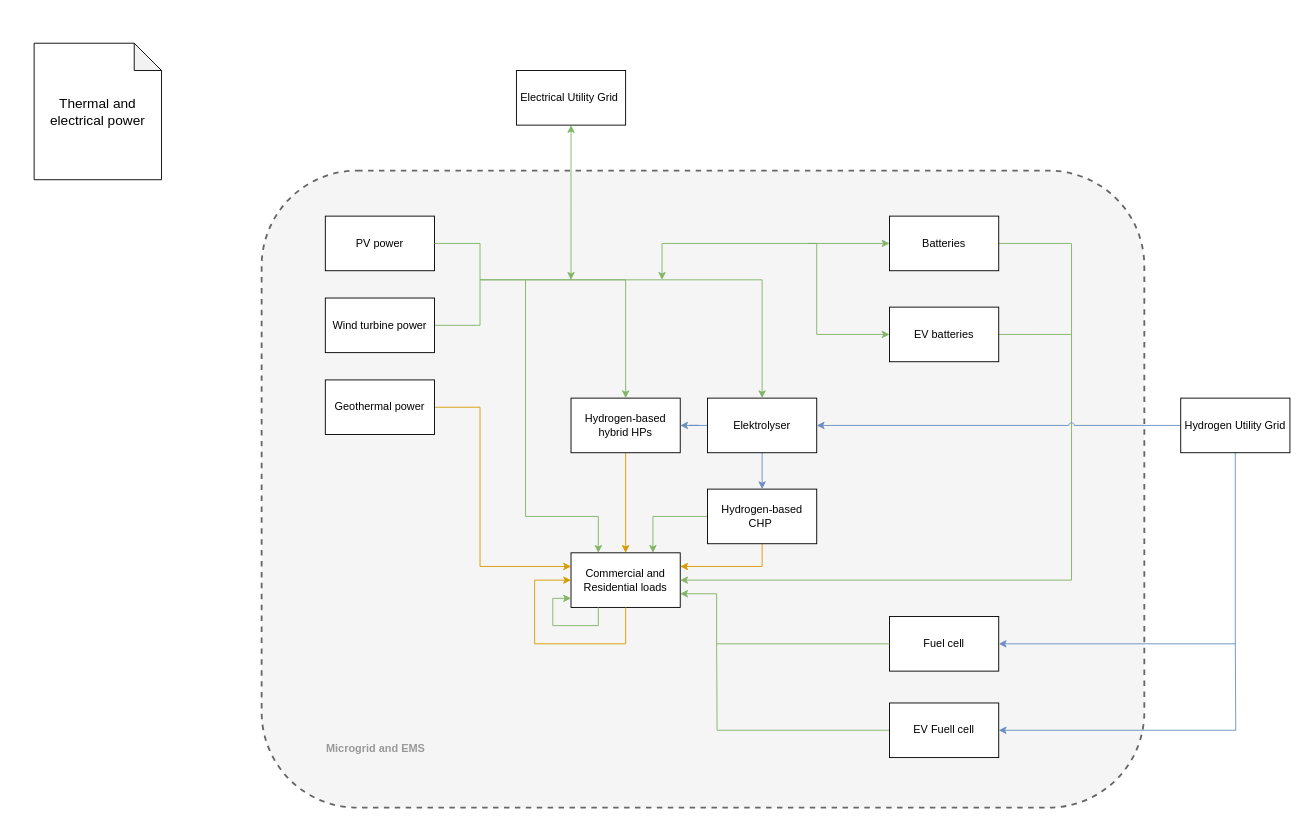
Earlier version of the draw.io diagram page "Model architecture" (2 of 7) of flowchart.drawio (TEKaal/Diagrams). Source tidied: cells renumbered, new cells numbered last; positions are measured from the earlier drawing's top-left corner, leaving out a move shared by most shapes. Both pictures are drawn from the tidied source at 91%, with x=0, y=0 at pixel (34, 43).
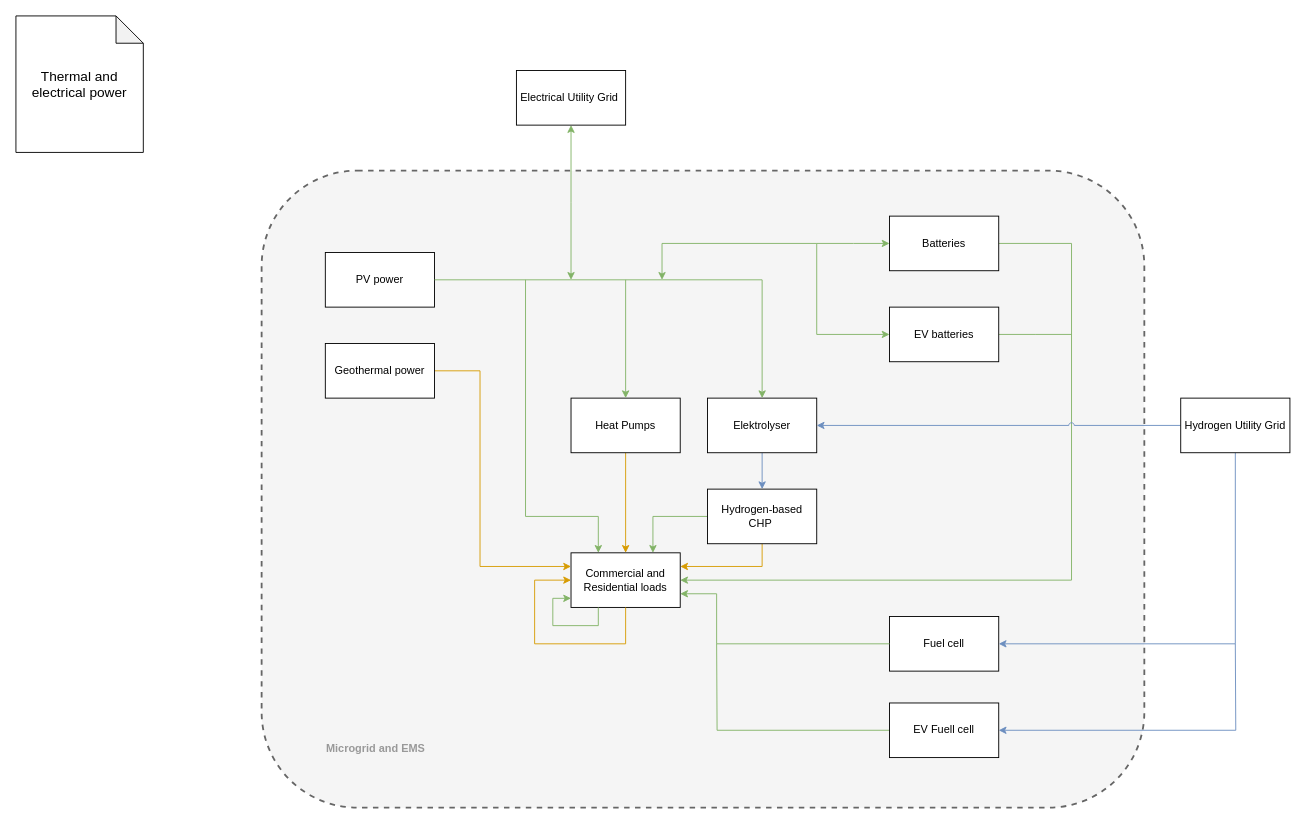
The same page after the edit.

The change refers to these unchanged cells:
```xml
<mxCell id="9" value="Commercial and Residential loads" style="rounded=0;whiteSpace=wrap;html=1;" parent="1" vertex="1">
  <mxGeometry x="590" y="560" width="120" height="60" as="geometry" />
</mxCell>
<mxCell id="12" value="Elektrolyser" style="rounded=0;whiteSpace=wrap;html=1;" parent="1" vertex="1">
  <mxGeometry x="740" y="390" width="120" height="60" as="geometry" />
</mxCell>
<mxCell id="26" value="Batteries" style="rounded=0;whiteSpace=wrap;html=1;" parent="1" vertex="1">
  <mxGeometry x="940" y="190" width="120" height="60" as="geometry" />
</mxCell>
```

The edit, as a diff of the source:
```diff
@@
     <mxCell id="4" value="PV power" style="rounded=0;whiteSpace=wrap;html=1;" parent="1" vertex="1">
-      <mxGeometry x="320" y="190" width="120" height="60" as="geometry" />
+      <mxGeometry x="320" y="230" width="120" height="60" as="geometry" />
     </mxCell>
@@
-    <mxCell id="10" style="edgeStyle=orthogonalEdgeStyle;rounded=0;jettySize=auto;html=1;entryX=1;entryY=0.5;entryDx=0;entryDy=0;fillColor=#dae8fc;strokeColor=#6c8ebf;" parent="1" edge="1" source="12" target="14">
-      <mxGeometry relative="1" as="geometry" />
-    </mxCell>
@@
-    <mxCell id="14" value="Hydrogen-based hybrid HPs" style="rounded=0;whiteSpace=wrap;html=1;" parent="1" vertex="1">
+    <mxCell id="14" value="Heat Pumps" style="rounded=0;whiteSpace=wrap;html=1;" parent="1" vertex="1">
       <mxGeometry x="590" y="390" width="120" height="60" as="geometry" />
     </mxCell>
-    <mxCell id="15" style="edgeStyle=orthogonalEdgeStyle;rounded=0;jettySize=auto;html=1;entryX=0.5;entryY=0;entryDx=0;entryDy=0;fillColor=#d5e8d4;strokeColor=#82b366;" parent="1" edge="1" source="16" target="12">
+    <mxCell id="15" style="edgeStyle=orthogonalEdgeStyle;rounded=0;jettySize=auto;html=1;entryX=0.5;entryY=0;entryDx=0;entryDy=0;fillColor=#d5e8d4;strokeColor=#82b366;" parent="1" edge="1" target="12">
       <mxGeometry relative="1" as="geometry">
+        <mxPoint x="440" y="260" as="sourcePoint" />
         <Array as="points">
-          <mxPoint x="490" y="310" />
-          <mxPoint x="490" y="260" />
+          <mxPoint x="440" y="260" />
           <mxPoint x="800" y="260" />
         </Array>
       </mxGeometry>
     </mxCell>
-    <mxCell id="16" value="Wind turbine power" style="rounded=0;whiteSpace=wrap;html=1;" parent="1" vertex="1">
-      <mxGeometry x="320" y="280" width="120" height="60" as="geometry" />
-    </mxCell>
@@
     <mxCell id="20" value="&lt;font style=&quot;font-size: 15px;&quot;&gt;Thermal and electrical power&lt;/font&gt;" style="shape=note;whiteSpace=wrap;html=1;backgroundOutline=1;darkOpacity=0.05;" parent="1" vertex="1">
-      <mxGeometry width="140" height="150" as="geometry" />
+      <mxGeometry x="-20" y="-30" width="140" height="150" as="geometry" />
     </mxCell>
@@
     <mxCell id="25" style="edgeStyle=orthogonalEdgeStyle;rounded=0;jettySize=auto;html=1;endArrow=none;endFill=0;startArrow=classic;startFill=1;fillColor=#d5e8d4;strokeColor=#82b366;" parent="1" edge="1" source="26">
       <mxGeometry relative="1" as="geometry">
-        <mxPoint x="850" y="220" as="targetPoint" />
+        <mxPoint x="860" y="220" as="targetPoint" />
       </mxGeometry>
     </mxCell>
@@
-    <mxCell id="30" style="edgeStyle=orthogonalEdgeStyle;rounded=0;jettySize=auto;html=1;entryX=0.5;entryY=0;entryDx=0;entryDy=0;exitX=1;exitY=0.5;exitDx=0;exitDy=0;fillColor=#d5e8d4;strokeColor=#82b366;" parent="1" edge="1" source="4" target="14">
+    <mxCell id="30" style="edgeStyle=orthogonalEdgeStyle;rounded=0;jettySize=auto;html=1;entryX=0.5;entryY=0;entryDx=0;entryDy=0;fillColor=#d5e8d4;strokeColor=#82b366;" parent="1" edge="1" target="14">
       <mxGeometry relative="1" as="geometry">
+        <mxPoint x="650" y="260" as="sourcePoint" />
         <Array as="points">
-          <mxPoint x="490" y="220" />
-          <mxPoint x="490" y="260" />
           <mxPoint x="650" y="260" />
         </Array>
       </mxGeometry>
     </mxCell>
@@
     <mxCell id="36" style="edgeStyle=orthogonalEdgeStyle;rounded=0;jettySize=auto;html=1;entryX=0;entryY=0.25;entryDx=0;entryDy=0;fillColor=#ffe6cc;strokeColor=#d79b00;" parent="1" edge="1" source="37" target="9">
       <mxGeometry relative="1" as="geometry">
         <Array as="points">
-          <mxPoint x="490" y="400" />
+          <mxPoint x="490" y="360" />
           <mxPoint x="490" y="575" />
         </Array>
       </mxGeometry>
     </mxCell>
     <mxCell id="37" value="Geothermal power" style="rounded=0;whiteSpace=wrap;html=1;" parent="1" vertex="1">
-      <mxGeometry x="320" y="370" width="120" height="60" as="geometry" />
+      <mxGeometry x="320" y="330" width="120" height="60" as="geometry" />
     </mxCell>
```
